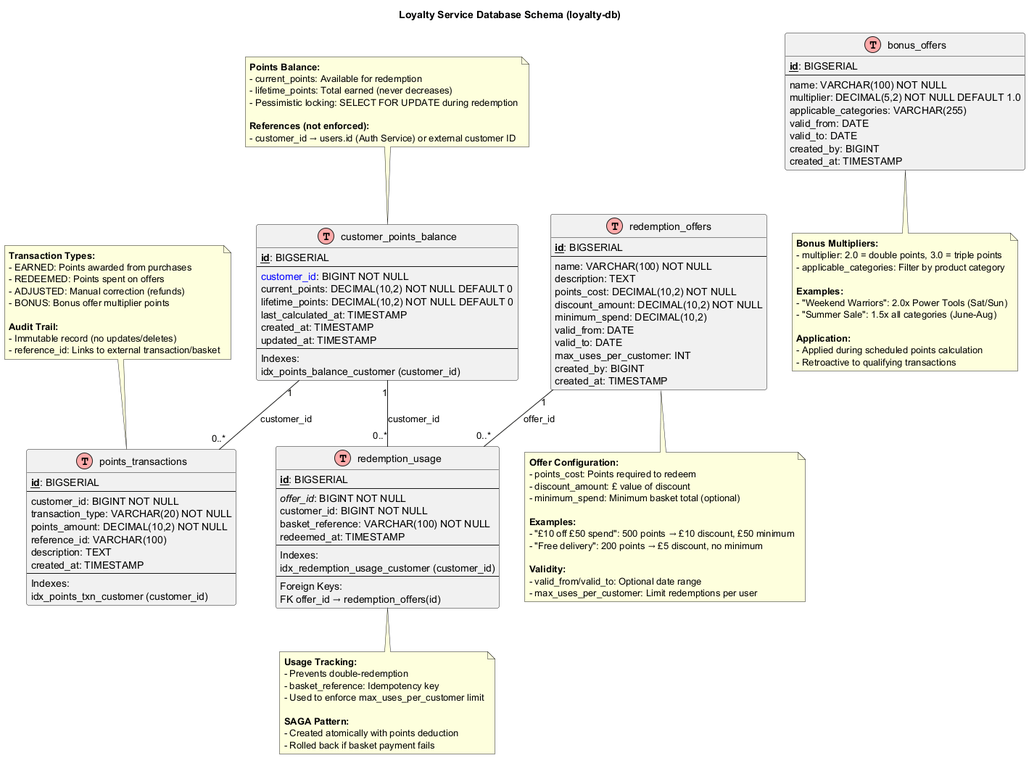
Alex180504/DE-store keeps this PlantUML diagram as Docs/loyalty-service/loyalty-service-database-schema.png. Above is the earlier version. Source of this version:
```plantuml
@startuml loyalty-service-database-schema

!define Table(name,desc) class name as "desc" << (T,#FFAAAA) >>
!define primary_key(x) <b><u>x</u></b>
!define foreign_key(x) <i>x</i>
!define unique(x) <color:blue>x</color>

title Loyalty Service Database Schema (loyalty-db)

Table(customer_points_balance, "customer_points_balance") {
  primary_key(id): BIGSERIAL
  --
  unique(customer_id): BIGINT NOT NULL
  current_points: DECIMAL(10,2) NOT NULL DEFAULT 0
  lifetime_points: DECIMAL(10,2) NOT NULL DEFAULT 0
  last_calculated_at: TIMESTAMP
  created_at: TIMESTAMP
  updated_at: TIMESTAMP
  --
  Indexes:
  idx_points_balance_customer (customer_id)
}

Table(points_transactions, "points_transactions") {
  primary_key(id): BIGSERIAL
  --
  customer_id: BIGINT NOT NULL
  transaction_type: VARCHAR(20) NOT NULL
  points_amount: DECIMAL(10,2) NOT NULL
  reference_id: VARCHAR(100)
  description: TEXT
  created_at: TIMESTAMP
  --
  Indexes:
  idx_points_txn_customer (customer_id)
}

Table(redemption_offers, "redemption_offers") {
  primary_key(id): BIGSERIAL
  --
  name: VARCHAR(100) NOT NULL
  description: TEXT
  points_cost: DECIMAL(10,2) NOT NULL
  discount_amount: DECIMAL(10,2) NOT NULL
  minimum_spend: DECIMAL(10,2)
  valid_from: DATE
  valid_to: DATE
  max_uses_per_customer: INT
  created_by: BIGINT
  created_at: TIMESTAMP
}

Table(redemption_usage, "redemption_usage") {
  primary_key(id): BIGSERIAL
  --
  foreign_key(offer_id): BIGINT NOT NULL
  customer_id: BIGINT NOT NULL
  basket_reference: VARCHAR(100) NOT NULL
  redeemed_at: TIMESTAMP
  --
  Indexes:
  idx_redemption_usage_customer (customer_id)
  --
  Foreign Keys:
  FK offer_id → redemption_offers(id)
}

Table(bonus_offers, "bonus_offers") {
  primary_key(id): BIGSERIAL
  --
  name: VARCHAR(100) NOT NULL
  multiplier: DECIMAL(5,2) NOT NULL DEFAULT 1.0
  applicable_categories: VARCHAR(255)
  valid_from: DATE
  valid_to: DATE
  created_by: BIGINT
  created_at: TIMESTAMP
}

customer_points_balance "1" -- "0..*" points_transactions : customer_id
customer_points_balance "1" -- "0..*" redemption_usage : customer_id
redemption_offers "1" -- "0..*" redemption_usage : offer_id

note top of customer_points_balance
  **Points Balance:**
  - current_points: Available for redemption
  - lifetime_points: Total earned (never decreases)
  - Pessimistic locking: SELECT FOR UPDATE during redemption

  **References (not enforced):**
  - customer_id → users.id (Auth Service) or external customer ID
end note

note top of points_transactions
  **Transaction Types:**
  - EARNED: Points awarded from purchases
  - REDEEMED: Points spent on offers
  - ADJUSTED: Manual correction (refunds)
  - BONUS: Bonus offer multiplier points

  **Audit Trail:**
  - Immutable record (no updates/deletes)
  - reference_id: Links to external transaction/basket
end note

note bottom of redemption_offers
  **Offer Configuration:**
  - points_cost: Points required to redeem
  - discount_amount: £ value of discount
  - minimum_spend: Minimum basket total (optional)

  **Examples:**
  - "£10 off £50 spend": 500 points → £10 discount, £50 minimum
  - "Free delivery": 200 points → £5 discount, no minimum

  **Validity:**
  - valid_from/valid_to: Optional date range
  - max_uses_per_customer: Limit redemptions per user
end note

note bottom of redemption_usage
  **Usage Tracking:**
  - Prevents double-redemption
  - basket_reference: Idempotency key
  - Used to enforce max_uses_per_customer limit

  **SAGA Pattern:**
  - Created atomically with points deduction
  - Rolled back if basket payment fails
end note

note bottom of bonus_offers
  **Bonus Multipliers:**
  - multiplier: 2.0 = double points, 3.0 = triple points
  - applicable_categories: Filter by product category

  **Examples:**
  - "Weekend Warriors": 2.0x Power Tools (Sat/Sun)
  - "Summer Sale": 1.5x all categories (June-Aug)

  **Application:**
  - Applied during scheduled points calculation
  - Retroactive to qualifying transactions
end note

@enduml
```
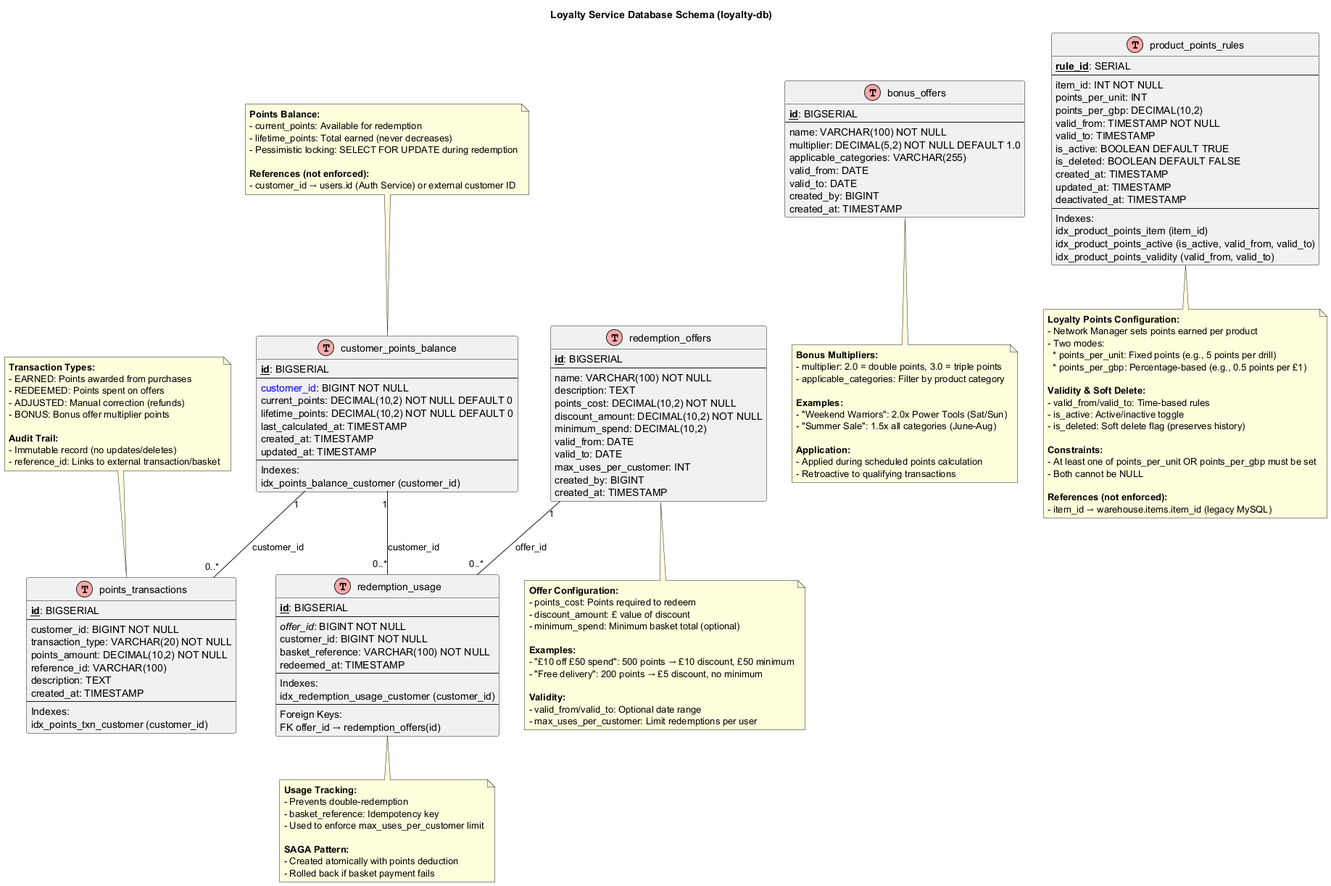
After the change.

Change to the diagram source:
```diff
@@ -77,6 +77,26 @@
   created_at: TIMESTAMP
 }
 
+Table(product_points_rules, "product_points_rules") {
+  primary_key(rule_id): SERIAL
+  --
+  item_id: INT NOT NULL
+  points_per_unit: INT
+  points_per_gbp: DECIMAL(10,2)
+  valid_from: TIMESTAMP NOT NULL
+  valid_to: TIMESTAMP
+  is_active: BOOLEAN DEFAULT TRUE
+  is_deleted: BOOLEAN DEFAULT FALSE
+  created_at: TIMESTAMP
+  updated_at: TIMESTAMP
+  deactivated_at: TIMESTAMP
+  --
+  Indexes:
+  idx_product_points_item (item_id)
+  idx_product_points_active (is_active, valid_from, valid_to)
+  idx_product_points_validity (valid_from, valid_to)
+}
+
 customer_points_balance "1" -- "0..*" points_transactions : customer_id
 customer_points_balance "1" -- "0..*" redemption_usage : customer_id
 redemption_offers "1" -- "0..*" redemption_usage : offer_id
@@ -143,4 +163,24 @@
   - Retroactive to qualifying transactions
 end note
 
+note bottom of product_points_rules
+  **Loyalty Points Configuration:**
+  - Network Manager sets points earned per product
+  - Two modes:
+    * points_per_unit: Fixed points (e.g., 5 points per drill)
+    * points_per_gbp: Percentage-based (e.g., 0.5 points per £1)
+
+  **Validity & Soft Delete:**
+  - valid_from/valid_to: Time-based rules
+  - is_active: Active/inactive toggle
+  - is_deleted: Soft delete flag (preserves history)
+
+  **Constraints:**
+  - At least one of points_per_unit OR points_per_gbp must be set
+  - Both cannot be NULL
+
+  **References (not enforced):**
+  - item_id → warehouse.items.item_id (legacy MySQL)
+end note
+
 @enduml
```
